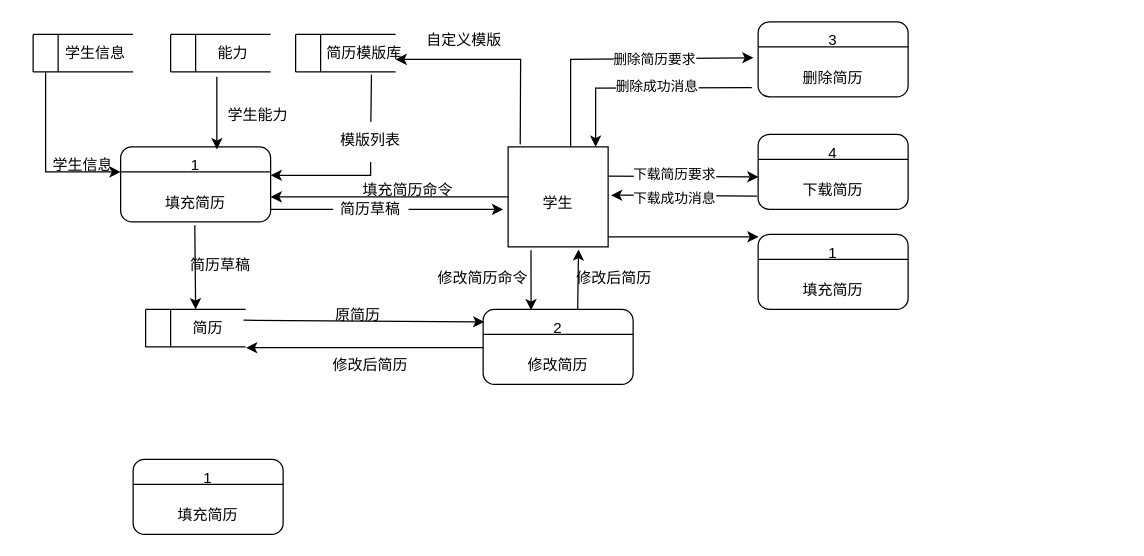
Before: 未命名绘图.drawio in liangjiabao666/WebCrawler, a draw.io diagram. Source tidied: cells renumbered, new cells numbered last; positions are measured from the earlier drawing's top-left corner, leaving out a move shared by most shapes. Both pictures are drawn from the tidied source at 125%, with x=0, y=0 at pixel (32, 21).
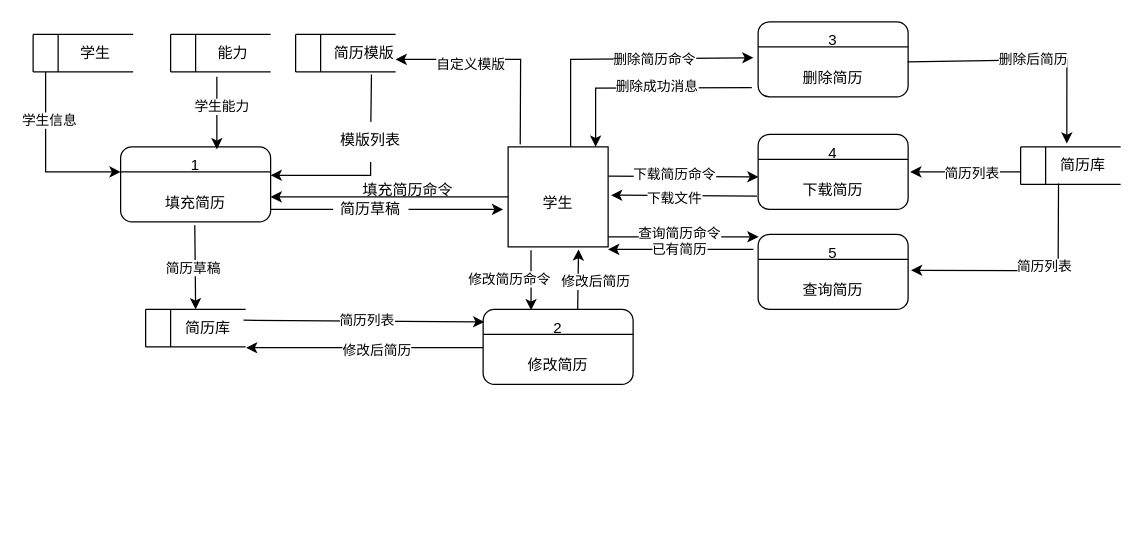
The same diagram, later.

Commit message:
更新未命名绘图.drawio

Unchanged cells that the change refers to:
```xml
<mxCell id="26" style="endArrow=classic;html=1;rounded=0;" parent="1" edge="1">
  <mxGeometry relative="1" as="geometry">
    <mxPoint x="10" y="40" as="sourcePoint" />
    <mxPoint x="70" y="120" as="targetPoint" />
    <Array as="points">
      <mxPoint x="10" y="120" />
    </Array>
  </mxGeometry>
</mxCell>
<mxCell id="28" style="endArrow=classic;html=1;rounded=0;exitX=0.283;exitY=1.133;exitDx=0;exitDy=0;exitPerimeter=0;entryX=0.783;entryY=0.067;entryDx=0;entryDy=0;entryPerimeter=0;" parent="1" edge="1" source="15" target="4">
  <mxGeometry relative="1" as="geometry" />
</mxCell>
<mxCell id="31" style="endArrow=classic;html=1;rounded=0;exitX=0.489;exitY=1.089;exitDx=0;exitDy=0;exitPerimeter=0;" parent="1" edge="1" source="5">
  <mxGeometry relative="1" as="geometry">
    <mxPoint x="130" y="230" as="targetPoint" />
  </mxGeometry>
</mxCell>
<mxCell id="33" style="whiteSpace=wrap;html=1;" parent="1" vertex="1">
  <mxGeometry x="380" y="100" width="80" height="80" as="geometry" />
</mxCell>
<mxCell id="46" style="endArrow=classic;html=1;rounded=0;exitX=0.229;exitY=1.033;exitDx=0;exitDy=0;exitPerimeter=0;entryX=0.139;entryY=0.022;entryDx=0;entryDy=0;entryPerimeter=0;" parent="1" edge="1" source="33" target="44">
  <mxGeometry relative="1" as="geometry" />
</mxCell>
<mxCell id="48" style="endArrow=classic;html=1;rounded=0;exitX=0.761;exitY=0;exitDx=0;exitDy=0;exitPerimeter=0;entryX=0.704;entryY=1.025;entryDx=0;entryDy=0;entryPerimeter=0;" parent="1" edge="1" source="44" target="33">
  <mxGeometry relative="1" as="geometry" />
</mxCell>
<mxCell id="50" style="endArrow=classic;html=1;rounded=0;exitX=0.972;exitY=0.289;exitDx=0;exitDy=0;exitPerimeter=0;entryX=0.008;entryY=0.167;entryDx=0;entryDy=0;entryPerimeter=0;" parent="1" edge="1" source="20" target="42">
  <mxGeometry relative="1" as="geometry" />
</mxCell>
<mxCell id="51" style="endArrow=classic;html=1;rounded=0;entryX=1.006;entryY=1.022;entryDx=0;entryDy=0;entryPerimeter=0;exitX=0;exitY=0.511;exitDx=0;exitDy=0;exitPerimeter=0;" parent="1" edge="1" source="42" target="20">
  <mxGeometry relative="1" as="geometry" />
</mxCell>
<mxCell id="54" style="endArrow=classic;html=1;rounded=0;exitX=0.121;exitY=-0.025;exitDx=0;exitDy=0;exitPerimeter=0;" parent="1" edge="1" source="33">
  <mxGeometry relative="1" as="geometry">
    <mxPoint x="290" y="30" as="targetPoint" />
    <Array as="points">
      <mxPoint x="390" y="30" />
    </Array>
  </mxGeometry>
</mxCell>
<mxCell id="56" style="endArrow=classic;html=1;rounded=0;entryX=-0.031;entryY=0.478;entryDx=0;entryDy=0;entryPerimeter=0;" parent="1" edge="1" target="62">
  <mxGeometry relative="1" as="geometry">
    <mxPoint x="430" y="100" as="sourcePoint" />
    <Array as="points">
      <mxPoint x="430" y="30" />
    </Array>
  </mxGeometry>
</mxCell>
<mxCell id="62" style="rounded=1;whiteSpace=wrap;html=1;" parent="1" vertex="1">
  <mxGeometry x="580" width="120" height="60" as="geometry" />
</mxCell>
<mxCell id="66" style="rounded=1;whiteSpace=wrap;html=1;" parent="1" vertex="1">
  <mxGeometry x="580" y="90" width="120" height="60" as="geometry" />
</mxCell>
<mxCell id="70" style="endArrow=classic;html=1;rounded=0;entryX=0.003;entryY=0.567;entryDx=0;entryDy=0;entryPerimeter=0;exitX=1.004;exitY=0.292;exitDx=0;exitDy=0;exitPerimeter=0;" parent="1" edge="1" source="33" target="66">
  <mxGeometry relative="1" as="geometry" />
</mxCell>
<mxCell id="72" style="rounded=1;whiteSpace=wrap;html=1;" parent="1" vertex="1">
  <mxGeometry x="580" y="170" width="120" height="60" as="geometry" />
</mxCell>
<mxCell id="76" style="endArrow=classic;html=1;rounded=0;entryX=0.003;entryY=0.033;entryDx=0;entryDy=0;entryPerimeter=0;" parent="1" edge="1" target="72">
  <mxGeometry relative="1" as="geometry">
    <mxPoint x="460" y="172" as="sourcePoint" />
  </mxGeometry>
</mxCell>
<mxCell id="79" style="endArrow=classic;html=1;rounded=0;exitX=-0.008;exitY=0.822;exitDx=0;exitDy=0;exitPerimeter=0;entryX=1.029;entryY=0.483;entryDx=0;entryDy=0;entryPerimeter=0;" parent="1" edge="1" source="66" target="33">
  <mxGeometry relative="1" as="geometry" />
</mxCell>
```

The edit, as a diff of the source:
```diff
@@
-    <mxCell id="10" value="学生信息" style="text;html=1;align=center;verticalAlign=middle;whiteSpace=wrap;rounded=0;" parent="1" vertex="1">
+    <mxCell id="10" value="学生" style="text;html=1;align=center;verticalAlign=middle;whiteSpace=wrap;rounded=0;" parent="1" vertex="1">
       <mxGeometry x="20" y="10" width="60" height="30" as="geometry" />
     </mxCell>
@@
-    <mxCell id="20" value="简历" style="text;html=1;align=center;verticalAlign=middle;whiteSpace=wrap;rounded=0;" parent="1" vertex="1">
+    <mxCell id="20" value="简历库" style="text;html=1;align=center;verticalAlign=middle;whiteSpace=wrap;rounded=0;" parent="1" vertex="1">
       <mxGeometry x="110" y="230" width="60" height="30" as="geometry" />
     </mxCell>
@@
-    <mxCell id="25" value="简历模版库" style="text;html=1;align=center;verticalAlign=middle;whiteSpace=wrap;rounded=0;" parent="1" vertex="1">
+    <mxCell id="25" value="简历模版" style="text;html=1;align=center;verticalAlign=middle;whiteSpace=wrap;rounded=0;" parent="1" vertex="1">
       <mxGeometry x="230" y="10" width="70" height="30" as="geometry" />
     </mxCell>
@@
-    <mxCell id="27" value="学生信息" style="text;html=1;align=center;verticalAlign=middle;whiteSpace=wrap;rounded=0;" parent="1" vertex="1">
-      <mxGeometry x="10" y="100" width="60" height="30" as="geometry" />
+    <mxCell id="27" value="学生信息" style="edgeLabel;html=1;align=center;verticalAlign=middle;" parent="26" vertex="1">
+      <mxGeometry x="-0.46" y="2" relative="1" as="geometry" />
     </mxCell>
@@
-    <mxCell id="29" value="学生能力" style="text;html=1;align=center;verticalAlign=middle;whiteSpace=wrap;rounded=0;" parent="1" vertex="1">
-      <mxGeometry x="150" y="60" width="60" height="30" as="geometry" />
+    <mxCell id="29" value="学生能力" style="edgeLabel;html=1;align=center;verticalAlign=middle;" parent="28" vertex="1">
+      <mxGeometry x="-0.18" y="4" relative="1" as="geometry" />
     </mxCell>
@@
-    <mxCell id="32" value="简历草稿" style="text;html=1;align=center;verticalAlign=middle;whiteSpace=wrap;rounded=0;" parent="1" vertex="1">
-      <mxGeometry x="120" y="180" width="60" height="30" as="geometry" />
+    <mxCell id="32" value="简历草稿" style="edgeLabel;html=1;align=center;verticalAlign=middle;" parent="31" vertex="1">
+      <mxGeometry x="0.01" y="-2" relative="1" as="geometry" />
     </mxCell>
@@
-    <mxCell id="47" value="修改简历命令" style="text;html=1;align=center;verticalAlign=middle;whiteSpace=wrap;rounded=0;" parent="1" vertex="1">
-      <mxGeometry x="320" y="190" width="80" height="30" as="geometry" />
+    <mxCell id="47" value="修改简历命令" style="edgeLabel;html=1;align=center;verticalAlign=middle;" parent="46" vertex="1">
+      <mxGeometry x="-0.04" y="-1" relative="1" as="geometry">
+        <mxPoint x="-17" as="offset" />
+      </mxGeometry>
     </mxCell>
@@
-    <mxCell id="49" value="修改后简历" style="text;html=1;align=center;verticalAlign=middle;whiteSpace=wrap;rounded=0;" parent="1" vertex="1">
-      <mxGeometry x="430" y="190" width="70" height="30" as="geometry" />
-    </mxCell>
+    <mxCell id="81" value="修改后简历" style="edgeLabel;html=1;align=center;verticalAlign=middle;" parent="48" vertex="1">
+      <mxGeometry x="-0.03" y="-2" relative="1" as="geometry">
+        <mxPoint x="12" as="offset" />
+      </mxGeometry>
+    </mxCell>
@@
+    <mxCell id="82" value="简历列表" style="edgeLabel;html=1;align=center;verticalAlign=middle;" parent="50" vertex="1">
+      <mxGeometry x="0.02" y="1" relative="1" as="geometry" />
+    </mxCell>
@@
-    <mxCell id="52" value="原简历" style="text;html=1;align=center;verticalAlign=middle;whiteSpace=wrap;rounded=0;" parent="1" vertex="1">
-      <mxGeometry x="230" y="220" width="60" height="30" as="geometry" />
-    </mxCell>
-    <mxCell id="53" value="修改后简历" style="text;html=1;align=center;verticalAlign=middle;whiteSpace=wrap;rounded=0;" parent="1" vertex="1">
-      <mxGeometry x="230" y="260" width="80" height="30" as="geometry" />
-    </mxCell>
+    <mxCell id="83" value="修改后简历" style="edgeLabel;html=1;align=center;verticalAlign=middle;" parent="51" vertex="1">
+      <mxGeometry x="-0.09" y="2" relative="1" as="geometry" />
+    </mxCell>
@@
-    <mxCell id="55" value="自定义模版" style="text;html=1;align=center;verticalAlign=middle;whiteSpace=wrap;rounded=0;" parent="1" vertex="1">
-      <mxGeometry x="310" width="70" height="30" as="geometry" />
+    <mxCell id="55" value="自定义模版" style="edgeLabel;html=1;align=center;verticalAlign=middle;" parent="54" vertex="1">
+      <mxGeometry x="0.3" y="3" relative="1" as="geometry" />
     </mxCell>
@@
-    <mxCell id="57" value="删除简历要求" style="edgeLabel;html=1;align=center;verticalAlign=middle;" parent="56" vertex="1">
+    <mxCell id="57" value="删除简历命令" style="edgeLabel;html=1;align=center;verticalAlign=middle;" parent="56" vertex="1">
       <mxGeometry x="0.27" relative="1" as="geometry" />
     </mxCell>
-    <mxCell id="58" style="rounded=1;whiteSpace=wrap;html=1;" parent="1" vertex="1">
-      <mxGeometry x="80" y="350" width="120" height="60" as="geometry" />
-    </mxCell>
-    <mxCell id="59" style="endArrow=none;html=1;rounded=0;" parent="1" edge="1">
-      <mxGeometry relative="1" as="geometry">
-        <mxPoint x="80" y="370" as="sourcePoint" />
-        <mxPoint x="200" y="370" as="targetPoint" />
-        <Array as="points">
-          <mxPoint x="190" y="370" />
-        </Array>
-      </mxGeometry>
-    </mxCell>
-    <mxCell id="60" value="1" style="text;html=1;align=center;verticalAlign=middle;whiteSpace=wrap;rounded=0;" parent="1" vertex="1">
-      <mxGeometry x="110" y="350" width="60" height="30" as="geometry" />
-    </mxCell>
-    <mxCell id="61" value="填充简历" style="text;html=1;align=center;verticalAlign=middle;whiteSpace=wrap;rounded=0;" parent="1" vertex="1">
-      <mxGeometry x="110" y="380" width="60" height="30" as="geometry" />
-    </mxCell>
@@
-    <mxCell id="71" value="下载简历要求" style="edgeLabel;html=1;align=center;verticalAlign=middle;" parent="70" vertex="1">
+    <mxCell id="71" value="下载简历命令" style="edgeLabel;html=1;align=center;verticalAlign=middle;" parent="70" vertex="1">
       <mxGeometry x="-0.14" y="2" relative="1" as="geometry" />
     </mxCell>
@@
-    <mxCell id="74" value="1" style="text;html=1;align=center;verticalAlign=middle;whiteSpace=wrap;rounded=0;" parent="1" vertex="1">
+    <mxCell id="74" value="5" style="text;html=1;align=center;verticalAlign=middle;whiteSpace=wrap;rounded=0;" parent="1" vertex="1">
       <mxGeometry x="610" y="170" width="60" height="30" as="geometry" />
     </mxCell>
-    <mxCell id="75" value="填充简历" style="text;html=1;align=center;verticalAlign=middle;whiteSpace=wrap;rounded=0;" parent="1" vertex="1">
+    <mxCell id="75" value="查询简历" style="text;html=1;align=center;verticalAlign=middle;whiteSpace=wrap;rounded=0;" parent="1" vertex="1">
       <mxGeometry x="610" y="200" width="60" height="30" as="geometry" />
     </mxCell>
@@
+    <mxCell id="84" value="查询简历命令" style="edgeLabel;html=1;align=center;verticalAlign=middle;" parent="76" vertex="1">
+      <mxGeometry x="-0.06" y="3" relative="1" as="geometry" />
+    </mxCell>
@@
-    <mxCell id="80" value="下载成功消息" style="edgeLabel;html=1;align=center;verticalAlign=middle;" parent="79" vertex="1">
+    <mxCell id="80" value="下载文件" style="edgeLabel;html=1;align=center;verticalAlign=middle;" parent="79" vertex="1">
       <mxGeometry x="0.14" y="2" relative="1" as="geometry" />
     </mxCell>
+    <mxCell id="85" style="endArrow=classic;html=1;rounded=0;exitX=-0.031;exitY=0.2;exitDx=0;exitDy=0;exitPerimeter=0;entryX=1;entryY=1.025;entryDx=0;entryDy=0;entryPerimeter=0;" parent="1" edge="1" source="72" target="33">
+      <mxGeometry relative="1" as="geometry" />
+    </mxCell>
+    <mxCell id="86" value="已有简历" style="edgeLabel;html=1;align=center;verticalAlign=middle;" parent="85" vertex="1">
+      <mxGeometry x="0.04" y="-1" relative="1" as="geometry" />
+    </mxCell>
+    <mxCell id="87" style="endArrow=none;html=1;rounded=0;" parent="1" edge="1">
+      <mxGeometry relative="1" as="geometry">
+        <mxPoint x="790" y="100" as="sourcePoint" />
+        <mxPoint x="870" y="100" as="targetPoint" />
+      </mxGeometry>
+    </mxCell>
+    <mxCell id="88" style="endArrow=none;html=1;rounded=0;" parent="1" edge="1">
+      <mxGeometry relative="1" as="geometry">
+        <mxPoint x="790" y="130" as="sourcePoint" />
+        <mxPoint x="870" y="130" as="targetPoint" />
+      </mxGeometry>
+    </mxCell>
+    <mxCell id="89" style="endArrow=none;html=1;rounded=0;" parent="1" edge="1">
+      <mxGeometry relative="1" as="geometry">
+        <mxPoint x="790" y="130" as="sourcePoint" />
+        <mxPoint x="790" y="100" as="targetPoint" />
+      </mxGeometry>
+    </mxCell>
+    <mxCell id="90" style="endArrow=none;html=1;rounded=0;" parent="1" edge="1">
+      <mxGeometry relative="1" as="geometry">
+        <mxPoint x="810" y="130" as="sourcePoint" />
+        <mxPoint x="810" y="100" as="targetPoint" />
+        <Array as="points">
+          <mxPoint x="810" y="120" />
+        </Array>
+      </mxGeometry>
+    </mxCell>
+    <mxCell id="91" value="简历库" style="text;html=1;align=center;verticalAlign=middle;whiteSpace=wrap;rounded=0;" parent="1" vertex="1">
+      <mxGeometry x="810" y="100" width="60" height="30" as="geometry" />
+    </mxCell>
+    <mxCell id="92" style="endArrow=classic;html=1;rounded=0;exitX=0.997;exitY=0.533;exitDx=0;exitDy=0;exitPerimeter=0;entryX=0.283;entryY=-0.089;entryDx=0;entryDy=0;entryPerimeter=0;" parent="1" edge="1" source="62" target="91">
+      <mxGeometry relative="1" as="geometry">
+        <Array as="points">
+          <mxPoint x="827" y="30" />
+        </Array>
+      </mxGeometry>
+    </mxCell>
+    <mxCell id="93" value="删除后简历" style="edgeLabel;html=1;align=center;verticalAlign=middle;" parent="92" vertex="1">
+      <mxGeometry x="0.14" y="1" relative="1" as="geometry">
+        <mxPoint x="-11" as="offset" />
+      </mxGeometry>
+    </mxCell>
+    <mxCell id="94" style="endArrow=classic;html=1;rounded=0;entryX=1.014;entryY=0.5;entryDx=0;entryDy=0;entryPerimeter=0;" parent="1" edge="1" target="66">
+      <mxGeometry relative="1" as="geometry">
+        <mxPoint x="790" y="120" as="sourcePoint" />
+      </mxGeometry>
+    </mxCell>
+    <mxCell id="95" value="简历列表" style="edgeLabel;html=1;align=center;verticalAlign=middle;" parent="94" vertex="1">
+      <mxGeometry x="-0.09" y="4" relative="1" as="geometry">
+        <mxPoint y="-4" as="offset" />
+      </mxGeometry>
+    </mxCell>
+    <mxCell id="96" style="endArrow=classic;html=1;rounded=0;entryX=1.019;entryY=0.478;entryDx=0;entryDy=0;entryPerimeter=0;exitX=0.172;exitY=0.978;exitDx=0;exitDy=0;exitPerimeter=0;" parent="1" edge="1" source="91" target="72">
+      <mxGeometry relative="1" as="geometry">
+        <Array as="points">
+          <mxPoint x="820" y="199" />
+        </Array>
+      </mxGeometry>
+    </mxCell>
+    <mxCell id="97" value="简历列表" style="edgeLabel;html=1;align=center;verticalAlign=middle;" parent="96" vertex="1">
+      <mxGeometry x="-0.14" y="-3" relative="1" as="geometry" />
+    </mxCell>
```
